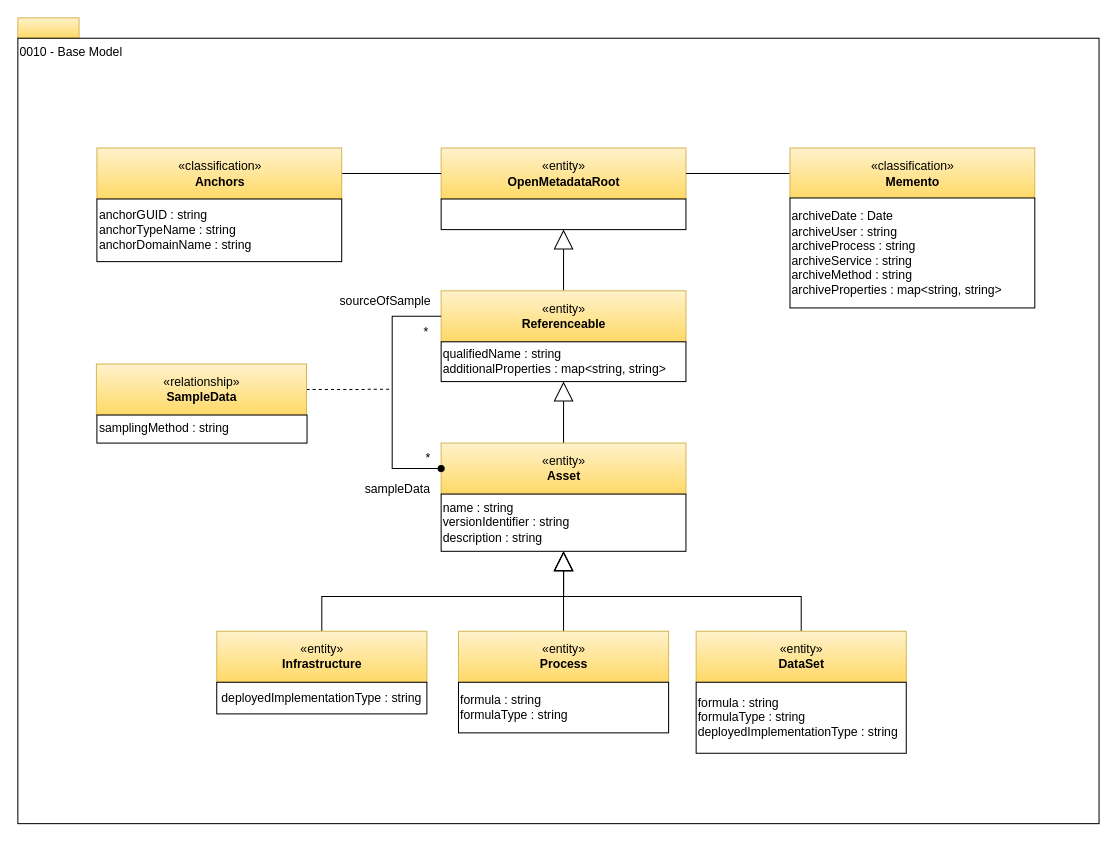
odpi/egeria-docs keeps this draw.io diagram as page "0010-Base-Model" (3 of 29) of site/docs/types/0/area-0-basic-types-and-infrastructure.drawio. Above is the earlier version. Source tidied: cells renumbered, new cells numbered last; positions are measured from the earlier drawing's top-left corner, leaving out a move shared by most shapes. Both pictures are drawn from the tidied source at 102%, with x=0, y=0 at pixel (17, 17).
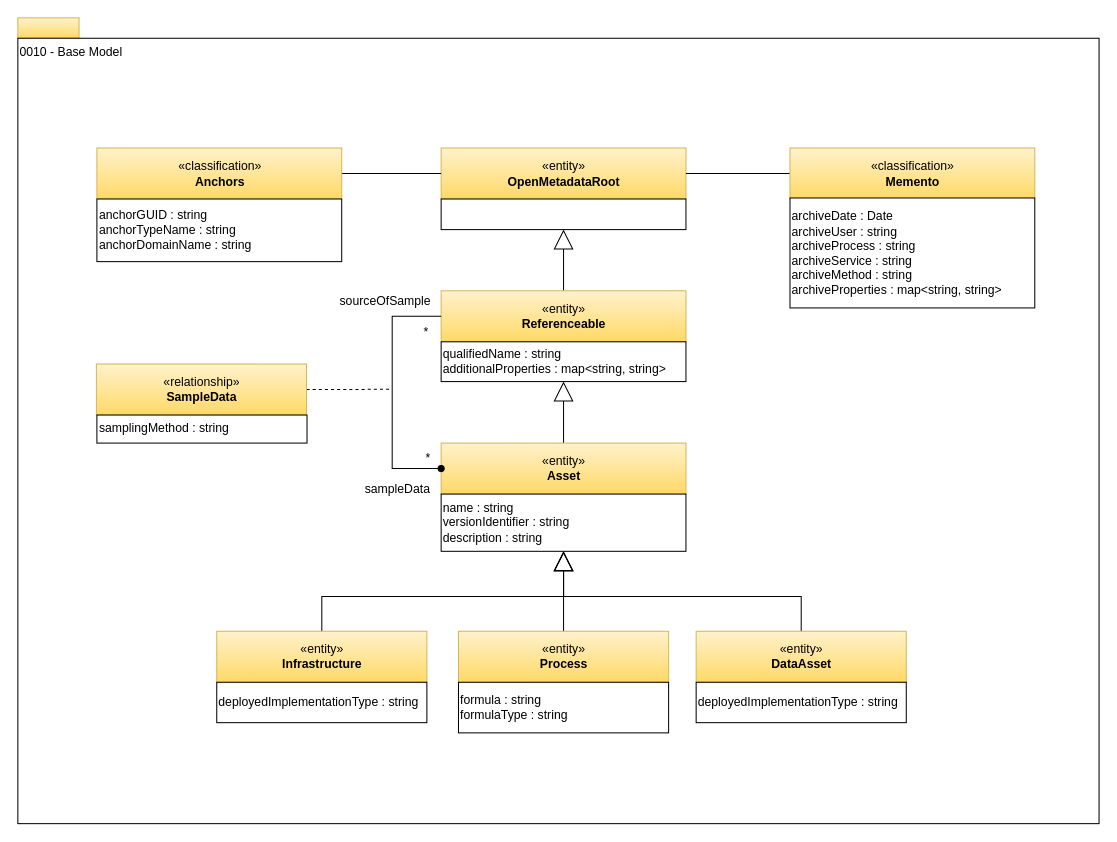
The same page after the edit.

Change to the diagram source:
```diff
@@
-    <mxCell id="8" value="deployedImplementationType : string" style="rounded=0;whiteSpace=wrap;html=1;strokeColor=#000000;gradientColor=#ffffff;align=center;" parent="1" vertex="1">
-      <mxGeometry x="195" y="651.4" width="206" height="31" as="geometry" />
-    </mxCell>
@@
-    <mxCell id="17" value="«entity»&lt;br&gt;&lt;b&gt;DataSet&lt;/b&gt;" style="html=1;strokeColor=#d6b656;align=center;fillColor=#fff2cc;gradientColor=#ffd966;" parent="1" vertex="1">
+    <mxCell id="17" value="«entity»&lt;br&gt;&lt;b&gt;DataAsset&lt;/b&gt;" style="html=1;strokeColor=#d6b656;align=center;fillColor=#fff2cc;gradientColor=#ffd966;" parent="1" vertex="1">
       <mxGeometry x="665" y="601.4" width="206" height="50" as="geometry" />
     </mxCell>
-    <mxCell id="18" value="formula : string&lt;br&gt;formulaType : string&lt;br&gt;deployedImplementationType : string" style="rounded=0;whiteSpace=wrap;html=1;strokeColor=#000000;gradientColor=#ffffff;align=left;" parent="1" vertex="1">
-      <mxGeometry x="665" y="651.4" width="206" height="69.6" as="geometry" />
+    <mxCell id="18" value="deployedImplementationType : string" style="rounded=0;whiteSpace=wrap;html=1;strokeColor=#000000;gradientColor=#ffffff;align=left;" parent="1" vertex="1">
+      <mxGeometry x="665" y="651.4" width="206" height="39.6" as="geometry" />
     </mxCell>
@@
+    <mxCell id="8" value="deployedImplementationType : string" style="rounded=0;whiteSpace=wrap;html=1;strokeColor=#000000;gradientColor=#ffffff;align=left;" parent="1" vertex="1">
+      <mxGeometry x="195" y="651.4" width="206" height="39.6" as="geometry" />
+    </mxCell>
```
